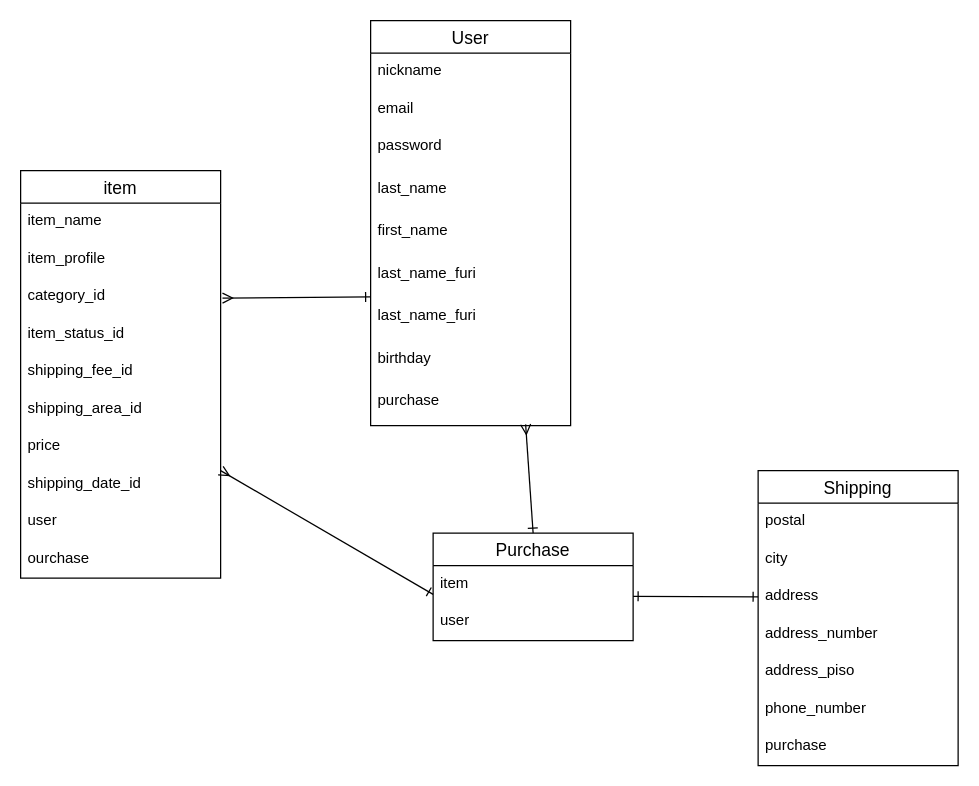
This is furima.dio from Seila-TECH/furima-33005, a draw.io file, before an edit. Source tidied: cells renumbered, new cells numbered last; positions are measured from the earlier drawing's top-left corner, leaving out a move shared by most shapes. Both pictures are drawn from the tidied source at 125%, with x=0, y=0 at pixel (20, 20).
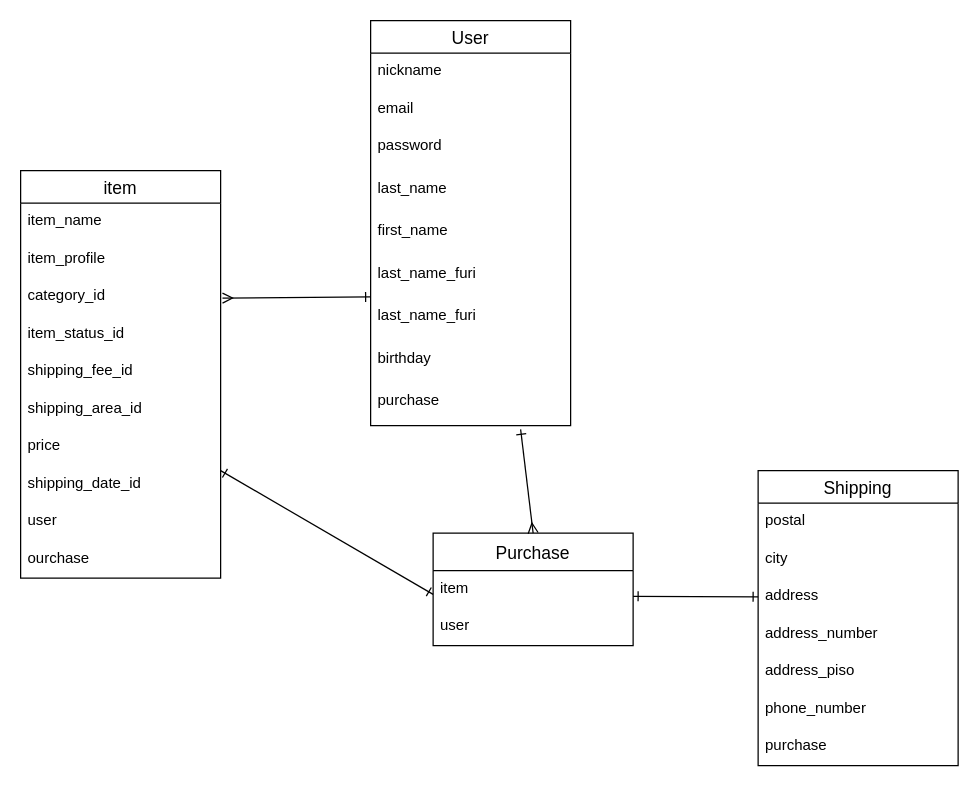
The same page after the edit.

Unchanged cells that the change refers to:
```xml
<mxCell id="12" value="purchase" style="text;strokeColor=none;fillColor=none;spacingLeft=4;spacingRight=4;overflow=hidden;points=[[0,0.5],[1,0.5]];portConstraint=eastwest;fontSize=12;" parent="2" vertex="1">
  <mxGeometry y="290" width="160" height="34" as="geometry" />
</mxCell>
```

Change to the diagram source:
```diff
@@
-    <mxCell id="33" style="endArrow=ERone;html=1;rounded=0;startArrow=ERmany;startFill=0;endFill=0;entryX=0;entryY=0.767;entryDx=0;entryDy=0;entryPerimeter=0;" parent="1" edge="1">
+    <mxCell id="33" style="endArrow=ERone;html=1;rounded=0;startArrow=ERone;startFill=0;endFill=0;entryX=0;entryY=0.767;entryDx=0;entryDy=0;entryPerimeter=0;" parent="1" edge="1">
       <mxGeometry relative="1" as="geometry">
         <mxPoint x="160" y="360" as="sourcePoint" />
         <mxPoint x="330" y="459" as="targetPoint" />
       </mxGeometry>
     </mxCell>
-    <mxCell id="34" value="Purchase" style="swimlane;fontStyle=0;horizontal=1;startSize=26;align=center;fontSize=14;" parent="1" vertex="1">
-      <mxGeometry x="330" y="410" width="160" height="86" as="geometry" />
+    <mxCell id="34" value="Purchase" style="swimlane;fontStyle=0;horizontal=1;startSize=30;align=center;fontSize=14;" parent="1" vertex="1">
+      <mxGeometry x="330" y="410" width="160" height="90" as="geometry" />
     </mxCell>
     <mxCell id="35" value="item" style="text;strokeColor=none;fillColor=none;spacingLeft=4;spacingRight=4;overflow=hidden;fontSize=12;" parent="34" vertex="1">
-      <mxGeometry y="26" width="160" height="30" as="geometry" />
+      <mxGeometry y="30" width="160" height="30" as="geometry" />
     </mxCell>
     <mxCell id="36" value="user" style="text;strokeColor=none;fillColor=none;spacingLeft=4;spacingRight=4;overflow=hidden;fontSize=12;" parent="34" vertex="1">
-      <mxGeometry y="56" width="160" height="30" as="geometry" />
+      <mxGeometry y="60" width="160" height="30" as="geometry" />
     </mxCell>
-    <mxCell id="37" style="endArrow=ERmany;html=1;rounded=0;startArrow=ERone;startFill=0;endFill=0;exitX=0.5;exitY=0;exitDx=0;exitDy=0;entryX=0.775;entryY=0.971;entryDx=0;entryDy=0;entryPerimeter=0;" parent="1" edge="1" source="34" target="12">
+    <mxCell id="37" style="endArrow=ERmany;html=1;rounded=0;startArrow=ERone;startFill=0;endFill=0;exitX=0.75;exitY=1.088;exitDx=0;exitDy=0;exitPerimeter=0;entryX=0.5;entryY=0;entryDx=0;entryDy=0;" parent="1" edge="1" source="12" target="34">
       <mxGeometry relative="1" as="geometry" />
     </mxCell>
```
